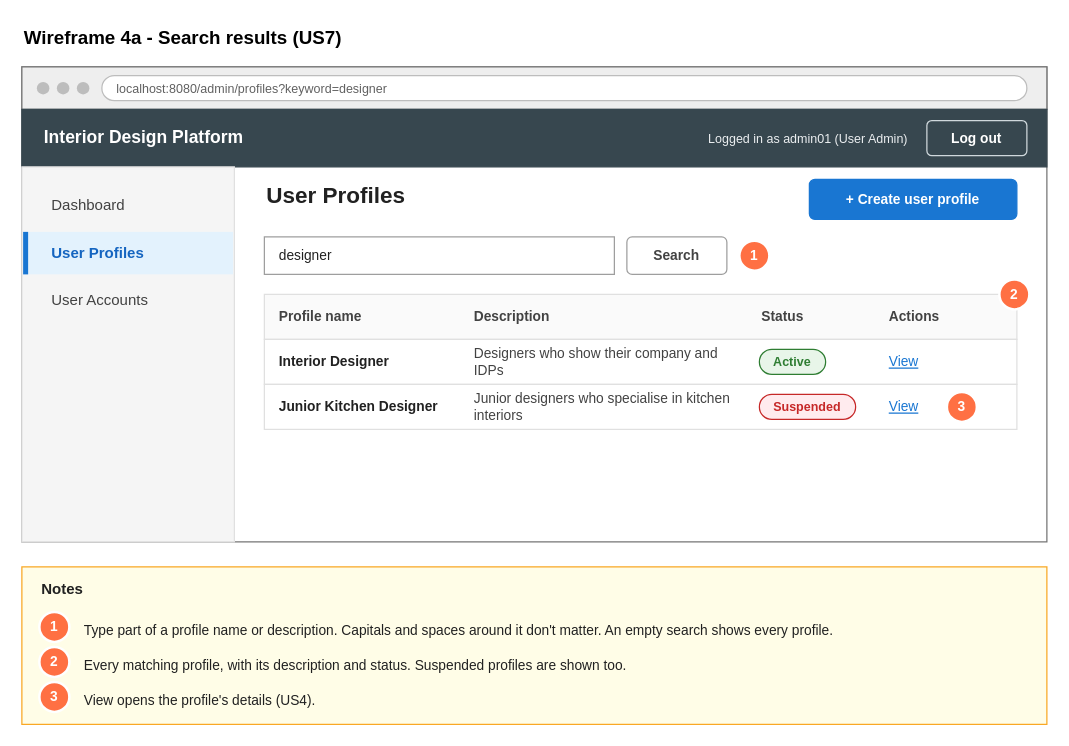
Above: page "4a Wireframe - Search results" (2 of 5) of Sprint_1/US7 - Search User Profiles/US7 Search user profiles.drawio in Hanzxc/CSIT314-ARCHSS (draw.io), before the change. Source tidied: cells renumbered, new cells numbered last; positions are measured from the earlier drawing's top-left corner, leaving out a move shared by most shapes. Both pictures are drawn from the tidied source at 125%, with x=0, y=0 at pixel (21, 21).
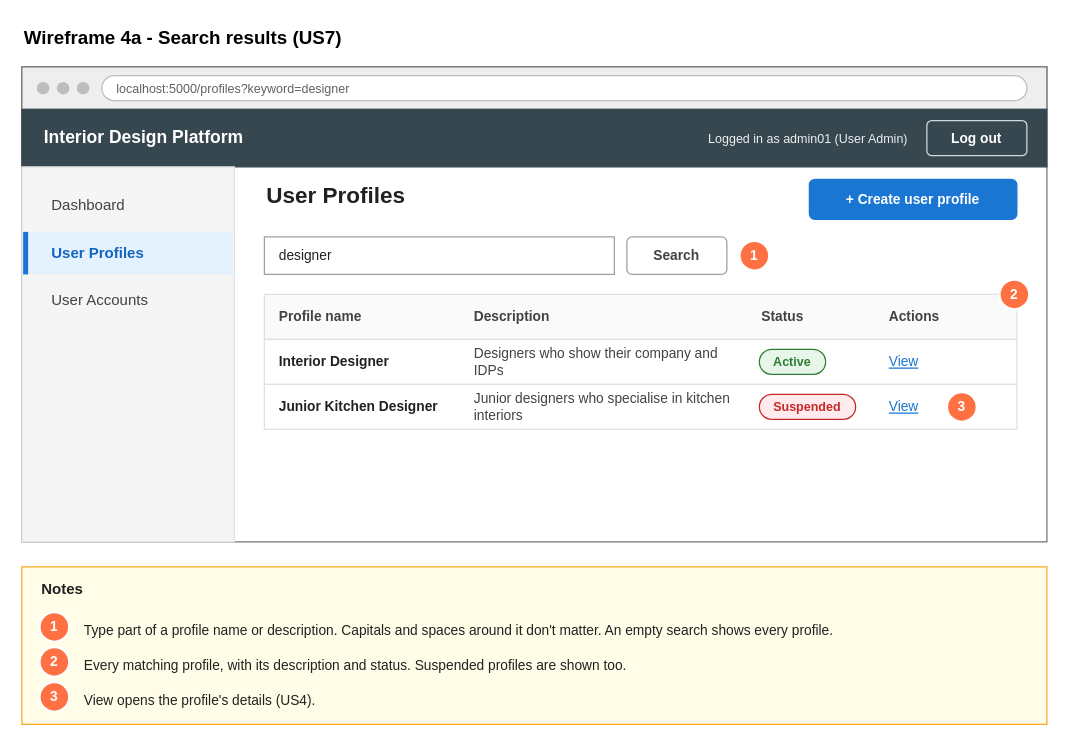
The same diagram, later.

What changed in the source:
```diff
@@
-    <mxCell id="8" value="localhost:8080/admin/profiles?keyword=designer" style="rounded=1;whiteSpace=wrap;html=1;fillColor=#FFFFFF;strokeColor=#BDBDBD;fontSize=10;fontColor=#616161;align=left;spacingLeft=10;arcSize=50;" parent="1" vertex="1">
+    <mxCell id="8" value="localhost:5000/profiles?keyword=designer" style="rounded=1;whiteSpace=wrap;html=1;fillColor=#FFFFFF;strokeColor=#BDBDBD;fontSize=10;fontColor=#616161;align=left;spacingLeft=10;arcSize=50;" parent="1" vertex="1">
       <mxGeometry x="64" y="43" width="740" height="20" as="geometry" />
     </mxCell>
```
